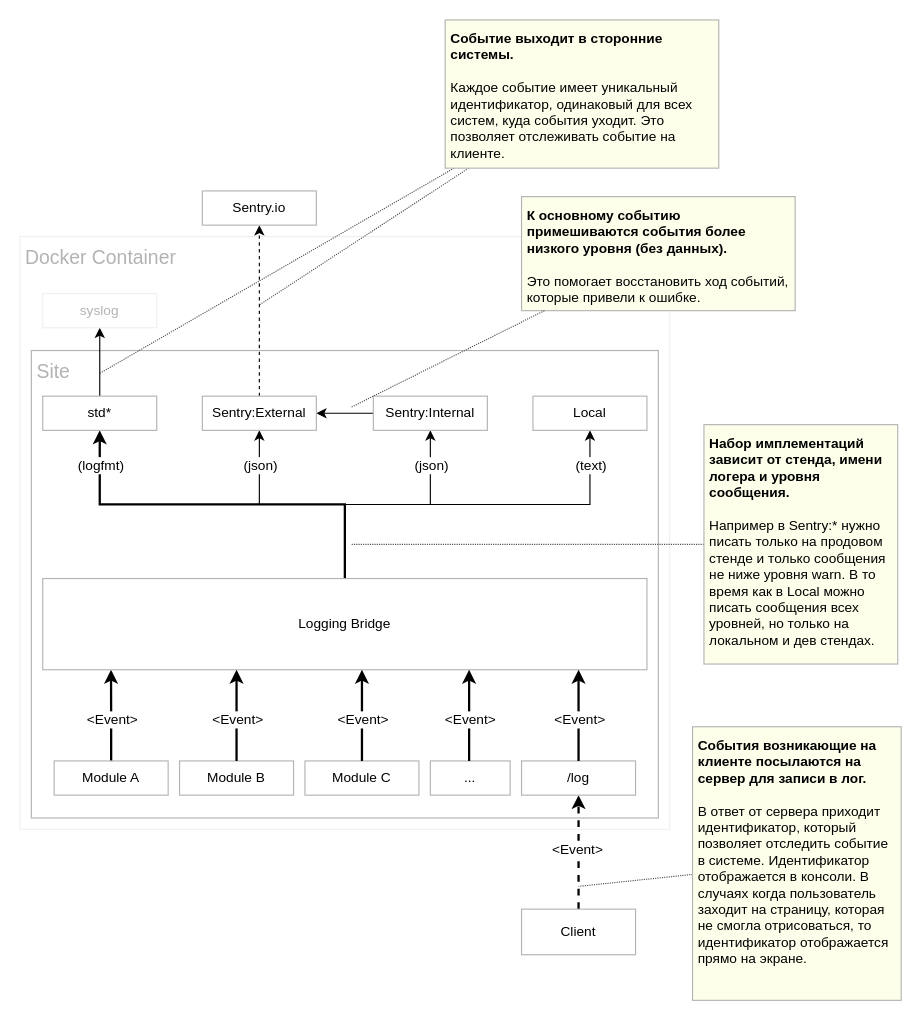
ajile/draw-io keeps this draw.io diagram as tmp.drawio. Above is the earlier version. Source tidied: cells renumbered, new cells numbered last; positions are measured from the earlier drawing's top-left corner, leaving out a move shared by most shapes. Both pictures are drawn from the tidied source at 114%, with x=0, y=0 at pixel (19, 19).
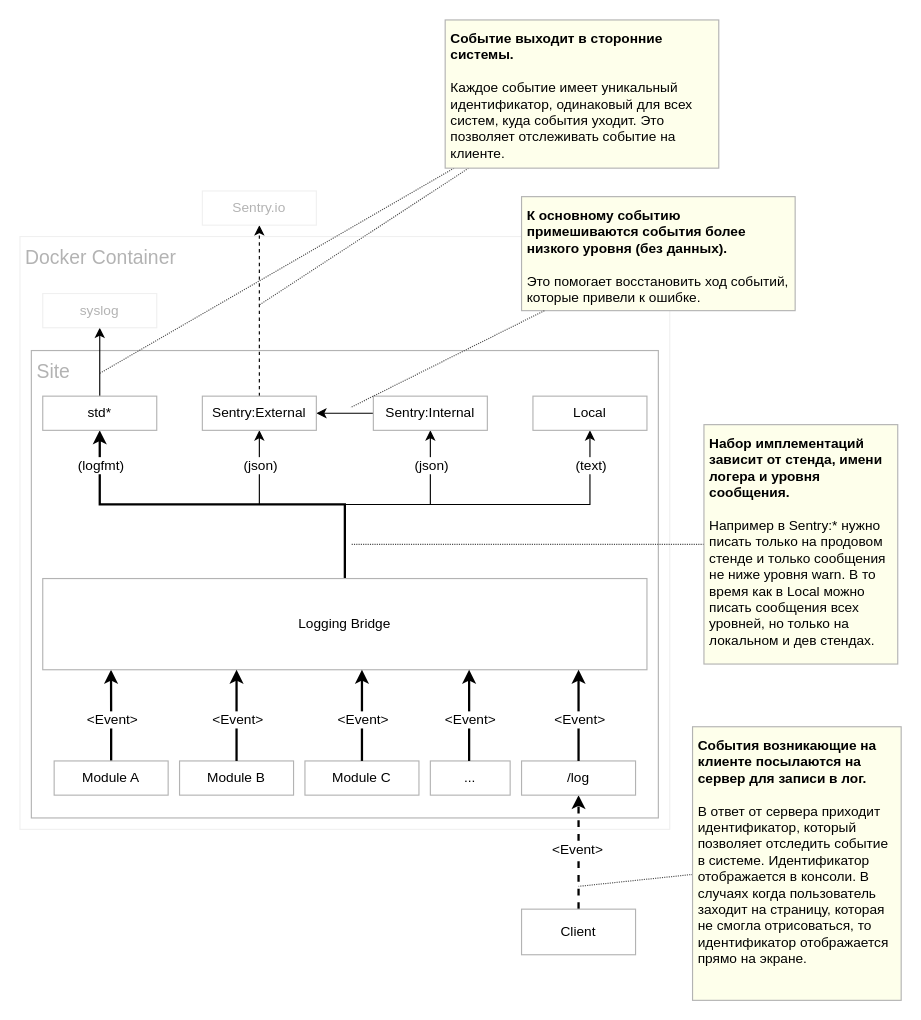
After the change.

Diff of the diagram source:
```diff
@@
-    <mxCell id="25" value="Sentry.io&lt;br&gt;" style="rounded=0;whiteSpace=wrap;html=1;strokeColor=#B3B3B3;" parent="1" vertex="1">
+    <mxCell id="25" value="Sentry.io&lt;br&gt;" style="rounded=0;whiteSpace=wrap;html=1;strokeColor=#F0F0F0;fontColor=#B3B3B3;" parent="1" vertex="1">
       <mxGeometry x="160" y="150" width="100" height="30" as="geometry" />
     </mxCell>
```
